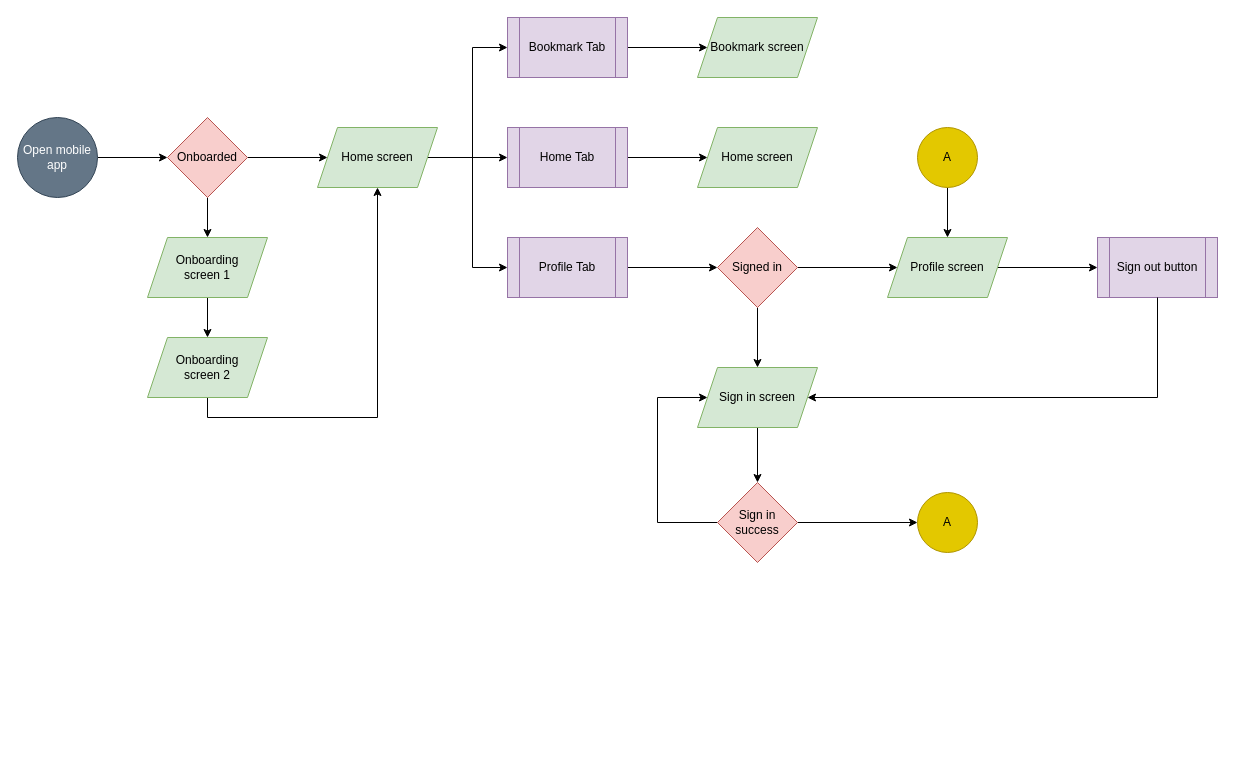
The draw.io diagram Untitled Diagram.drawio in ardilobrt/NewsApp, before the edit. Source tidied: cells renumbered, new cells numbered last; positions are measured from the earlier drawing's top-left corner, leaving out a move shared by most shapes. Both pictures are drawn from the tidied source at 100%, with x=0, y=0 at pixel (17, 17).
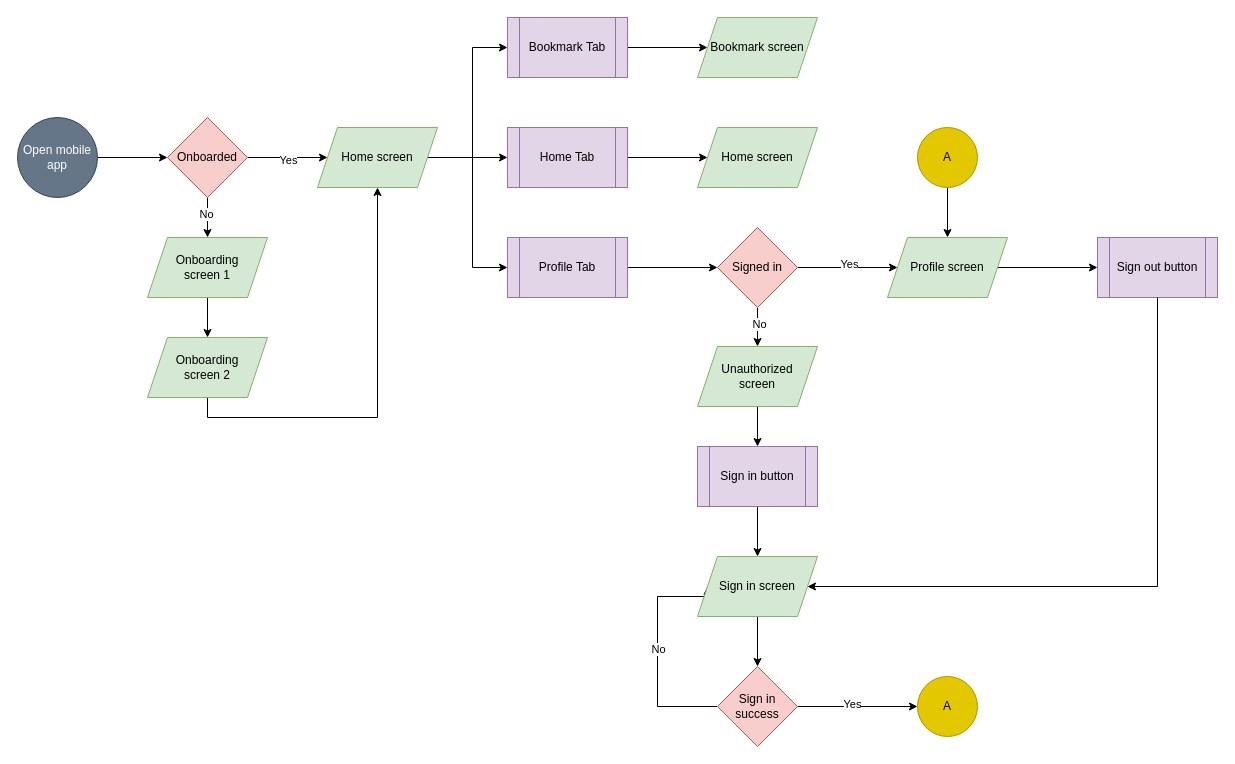
Above is the later version.

The change refers to these unchanged cells:
```xml
<mxCell id="8" style="edgeStyle=orthogonalEdgeStyle;rounded=0;jettySize=auto;html=1;" parent="1" edge="1" source="10" target="7">
  <mxGeometry relative="1" as="geometry" />
</mxCell>
<mxCell id="9" style="edgeStyle=orthogonalEdgeStyle;rounded=0;jettySize=auto;html=1;" parent="1" edge="1" source="10" target="12">
  <mxGeometry relative="1" as="geometry" />
</mxCell>
<mxCell id="23" style="edgeStyle=orthogonalEdgeStyle;rounded=0;jettySize=auto;html=1;exitX=1;exitY=0.5;exitDx=0;exitDy=0;entryX=0;entryY=0.5;entryDx=0;entryDy=0;" parent="1" edge="1" source="24" target="25">
  <mxGeometry relative="1" as="geometry" />
</mxCell>
<mxCell id="32" style="edgeStyle=orthogonalEdgeStyle;rounded=0;jettySize=auto;html=1;exitX=1;exitY=0.5;exitDx=0;exitDy=0;entryX=0;entryY=0.5;entryDx=0;entryDy=0;" parent="1" edge="1" source="33" target="27">
  <mxGeometry relative="1" as="geometry" />
</mxCell>
<mxCell id="33" value="Signed in" style="rhombus;whiteSpace=wrap;html=1;fillColor=#f8cecc;strokeColor=#b85450;" parent="1" vertex="1">
  <mxGeometry x="700" y="210" width="80" height="80" as="geometry" />
</mxCell>
```

Change to the diagram source:
```diff
@@
+    <mxCell id="38" value="Yes" style="edgeLabel;html=1;align=center;verticalAlign=middle;" parent="8" vertex="1">
+      <mxGeometry x="-0.02" y="-2" relative="1" as="geometry">
+        <mxPoint x="1" as="offset" />
+      </mxGeometry>
+    </mxCell>
@@
+    <mxCell id="39" value="No" style="edgeLabel;html=1;align=center;verticalAlign=middle;" parent="9" vertex="1">
+      <mxGeometry x="-0.21" y="-2" relative="1" as="geometry" />
+    </mxCell>
@@
     <mxCell id="22" style="edgeStyle=orthogonalEdgeStyle;rounded=0;jettySize=auto;html=1;exitX=0;exitY=0.5;exitDx=0;exitDy=0;entryX=0;entryY=0.5;entryDx=0;entryDy=0;" parent="1" edge="1" source="24" target="30">
       <mxGeometry relative="1" as="geometry">
         <Array as="points">
-          <mxPoint x="640" y="505" />
-          <mxPoint x="640" y="380" />
+          <mxPoint x="640" y="689" />
+          <mxPoint x="640" y="579" />
+          <mxPoint x="690" y="579" />
         </Array>
       </mxGeometry>
     </mxCell>
+    <mxCell id="40" value="No" style="edgeLabel;html=1;align=center;verticalAlign=middle;" parent="22" vertex="1">
+      <mxGeometry x="0.03" relative="1" as="geometry" />
+    </mxCell>
@@
+    <mxCell id="41" value="Yes" style="edgeLabel;html=1;align=center;verticalAlign=middle;" parent="23" vertex="1">
+      <mxGeometry x="-0.1" y="3" relative="1" as="geometry" />
+    </mxCell>
     <mxCell id="24" value="Sign in&lt;br&gt;success" style="rhombus;whiteSpace=wrap;html=1;fillColor=#f8cecc;strokeColor=#b85450;" parent="1" vertex="1">
-      <mxGeometry x="700" y="465" width="80" height="80" as="geometry" />
+      <mxGeometry x="700" y="649" width="80" height="80" as="geometry" />
     </mxCell>
     <mxCell id="25" value="A" style="ellipse;whiteSpace=wrap;html=1;fillColor=#e3c800;fontColor=#000000;strokeColor=#B09500;" parent="1" vertex="1">
-      <mxGeometry x="900" y="475" width="60" height="60" as="geometry" />
+      <mxGeometry x="900" y="659" width="60" height="60" as="geometry" />
     </mxCell>
@@
     <mxCell id="30" value="Sign in screen" style="shape=parallelogram;perimeter=parallelogramPerimeter;whiteSpace=wrap;html=1;fixedSize=1;fillColor=#d5e8d4;strokeColor=#82b366;" parent="1" vertex="1">
-      <mxGeometry x="680" y="350" width="120" height="60" as="geometry" />
+      <mxGeometry x="680" y="539" width="120" height="60" as="geometry" />
     </mxCell>
-    <mxCell id="31" style="edgeStyle=orthogonalEdgeStyle;rounded=0;jettySize=auto;html=1;exitX=0.5;exitY=1;exitDx=0;exitDy=0;entryX=0.5;entryY=0;entryDx=0;entryDy=0;" parent="1" edge="1" source="33" target="30">
-      <mxGeometry relative="1" as="geometry" />
-    </mxCell>
@@
+    <mxCell id="42" value="Yes" style="edgeLabel;html=1;align=center;verticalAlign=middle;" parent="32" vertex="1">
+      <mxGeometry x="0.01" y="4" relative="1" as="geometry" />
+    </mxCell>
+    <mxCell id="43" style="edgeStyle=orthogonalEdgeStyle;rounded=0;jettySize=auto;html=1;exitX=0.5;exitY=1;exitDx=0;exitDy=0;entryX=0.5;entryY=0;entryDx=0;entryDy=0;startArrow=none;startFill=0;endArrow=classic;endFill=1;" parent="1" edge="1" source="33" target="46">
+      <mxGeometry relative="1" as="geometry" />
+    </mxCell>
+    <mxCell id="44" value="No" style="edgeLabel;html=1;align=center;verticalAlign=middle;" parent="43" vertex="1">
+      <mxGeometry x="-0.18" y="1" relative="1" as="geometry" />
+    </mxCell>
@@
+    <mxCell id="45" style="edgeStyle=orthogonalEdgeStyle;rounded=0;jettySize=auto;html=1;exitX=0.5;exitY=1;exitDx=0;exitDy=0;entryX=0.5;entryY=0;entryDx=0;entryDy=0;startArrow=none;startFill=0;endArrow=classic;endFill=1;" parent="1" edge="1" source="46" target="48">
+      <mxGeometry relative="1" as="geometry" />
+    </mxCell>
+    <mxCell id="46" value="Unauthorized&lt;br&gt;screen" style="shape=parallelogram;perimeter=parallelogramPerimeter;whiteSpace=wrap;html=1;fixedSize=1;fillColor=#d5e8d4;strokeColor=#82b366;" parent="1" vertex="1">
+      <mxGeometry x="680" y="329" width="120" height="60" as="geometry" />
+    </mxCell>
+    <mxCell id="47" style="edgeStyle=orthogonalEdgeStyle;rounded=0;jettySize=auto;html=1;exitX=0.5;exitY=1;exitDx=0;exitDy=0;entryX=0.5;entryY=0;entryDx=0;entryDy=0;startArrow=none;startFill=0;endArrow=classic;endFill=1;" parent="1" edge="1" source="48" target="30">
+      <mxGeometry relative="1" as="geometry" />
+    </mxCell>
+    <mxCell id="48" value="Sign in button" style="shape=process;whiteSpace=wrap;html=1;backgroundOutline=1;fillColor=#e1d5e7;strokeColor=#9673a6;" parent="1" vertex="1">
+      <mxGeometry x="680" y="429" width="120" height="60" as="geometry" />
+    </mxCell>
```
